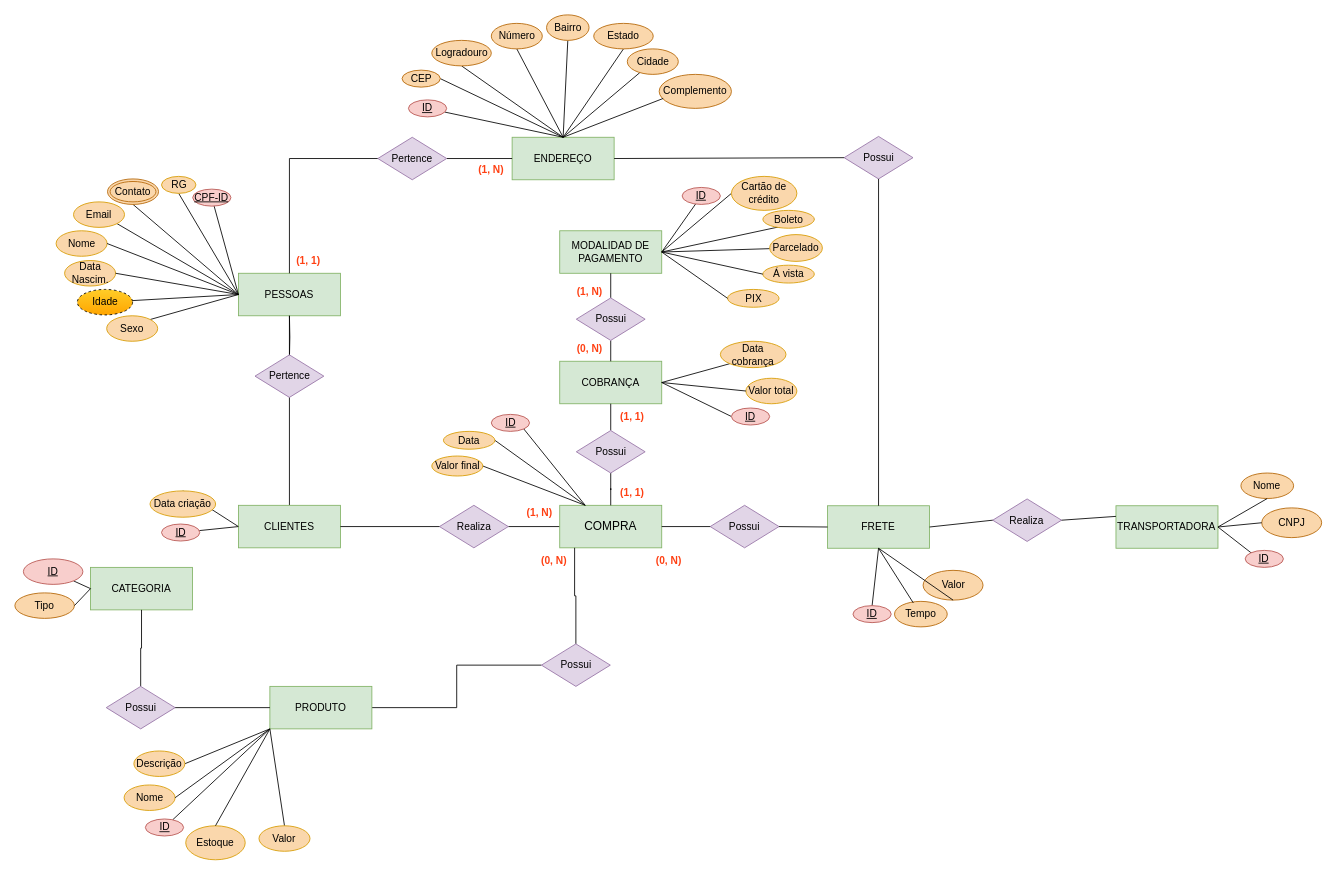
Before: Potian.drawio in JoaoVAntunes/PotianDatabase, a draw.io diagram. Source tidied: cells renumbered, new cells numbered last; positions are measured from the earlier drawing's top-left corner, leaving out a move shared by most shapes. Both pictures are drawn from the tidied source at 85%, with x=0, y=0 at pixel (14, 14).
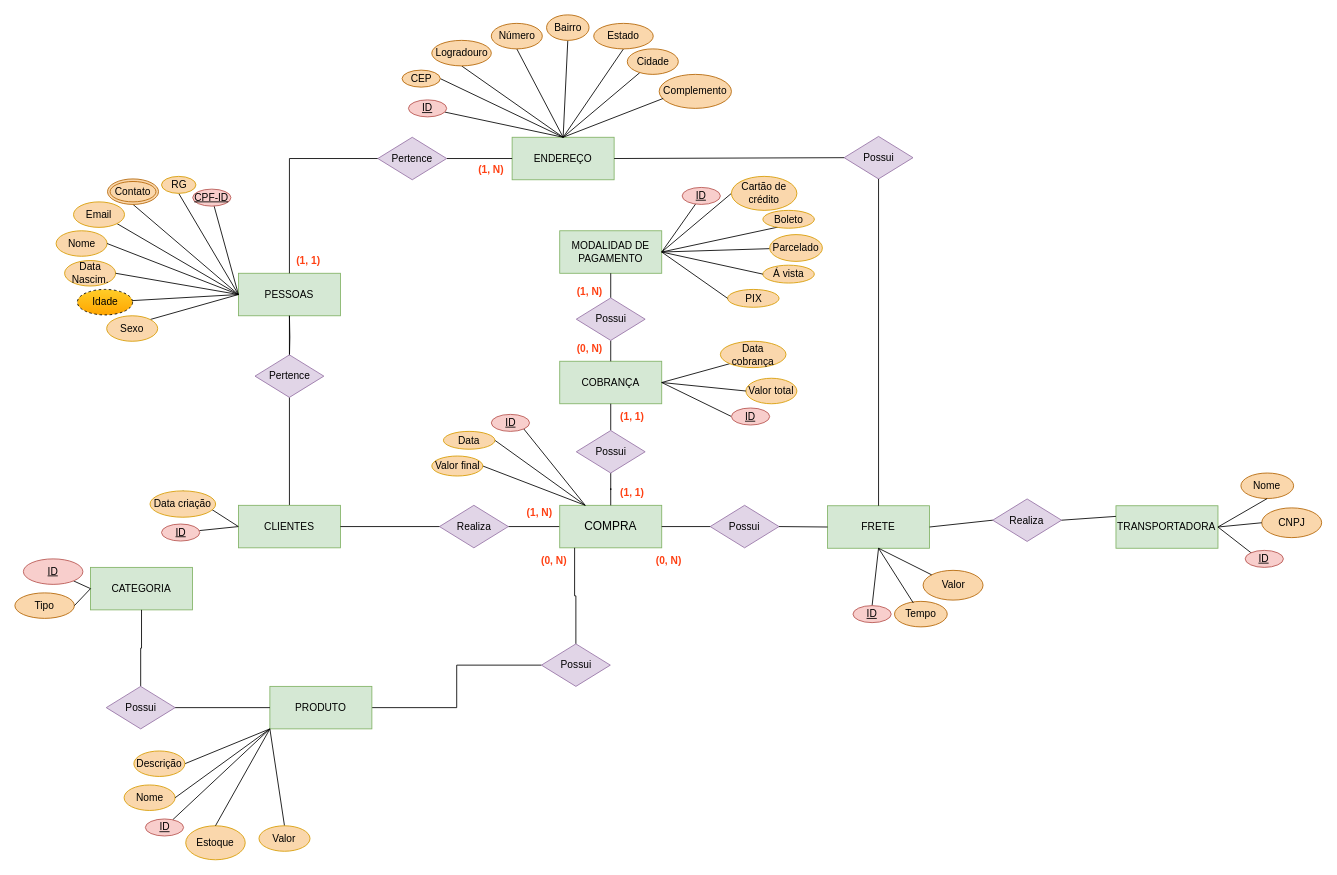
After the change.

Unchanged cells that the change refers to:
```xml
<mxCell id="108" value="FRETE" style="rounded=0;whiteSpace=wrap;html=1;fillColor=#d5e8d4;strokeColor=#82b366;" parent="1" vertex="1">
  <mxGeometry x="956.1" y="577.5" width="120" height="50" as="geometry" />
</mxCell>
<mxCell id="112" value="Valor" style="ellipse;whiteSpace=wrap;html=1;shadow=0;fillColor=#fad7ac;strokeColor=#b46504;" parent="1" vertex="1">
  <mxGeometry x="1068.5" y="653.5" width="70.5" height="35" as="geometry" />
</mxCell>
```

The edit, as a diff of the source:
```diff
@@
-    <mxCell id="116" style="endArrow=none;html=1;rounded=0;entryX=0.5;entryY=1;entryDx=0;entryDy=0;exitX=0.5;exitY=1;exitDx=0;exitDy=0;" parent="1" edge="1" source="108" target="112">
+    <mxCell id="116" style="endArrow=none;html=1;rounded=0;entryX=0;entryY=0;entryDx=0;entryDy=0;exitX=0.5;exitY=1;exitDx=0;exitDy=0;" parent="1" edge="1" source="108" target="112">
       <mxGeometry relative="1" as="geometry" />
     </mxCell>
```
